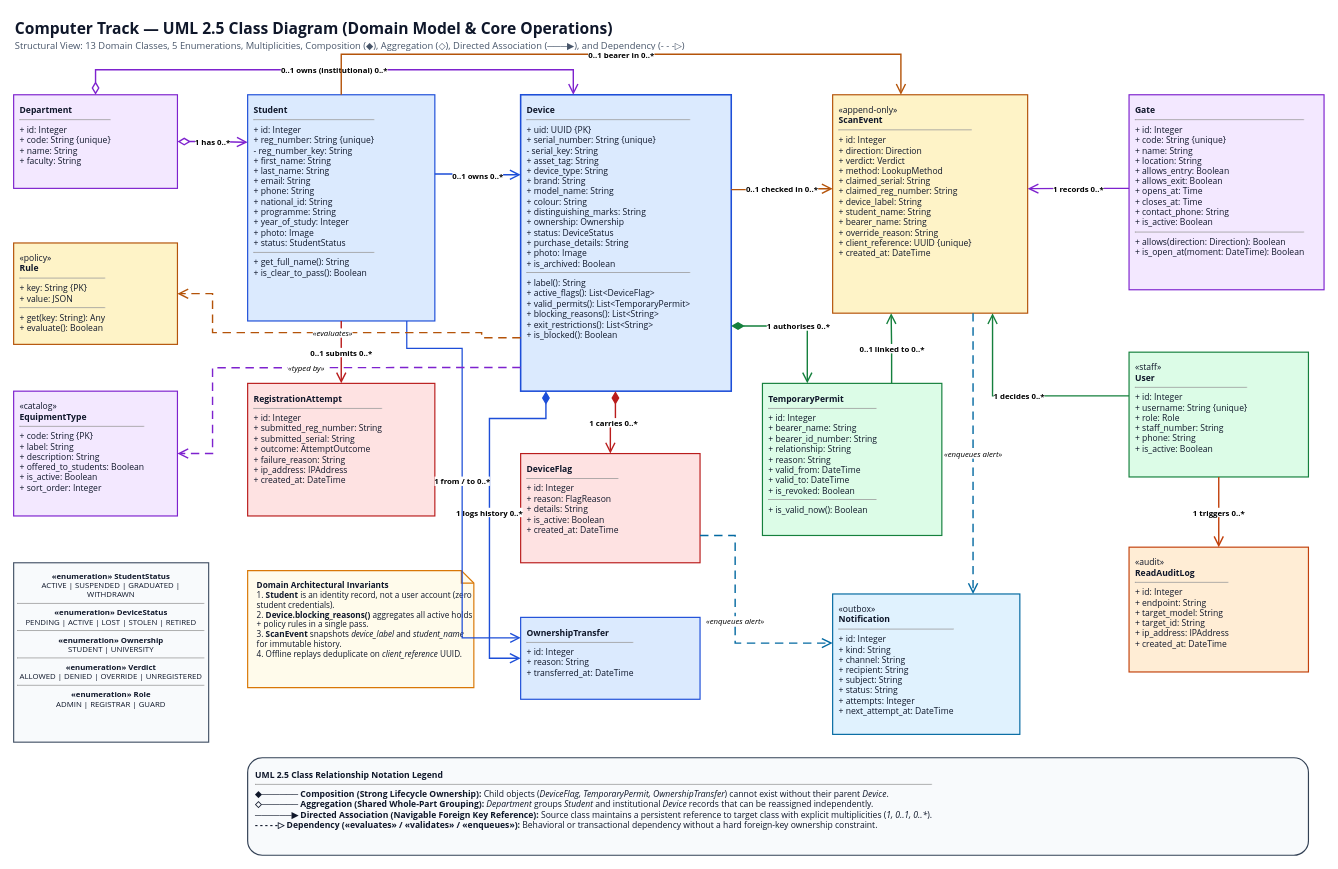
Before: research/diagrams/class-diagram.drawio in mndekwe-dot/Computer_Track, a draw.io diagram. Source tidied: cells renumbered, new cells numbered last; positions are measured from the earlier drawing's top-left corner, leaving out a move shared by most shapes. Both pictures are drawn from the tidied source at 78%, with x=0, y=0 at pixel (13, 13).
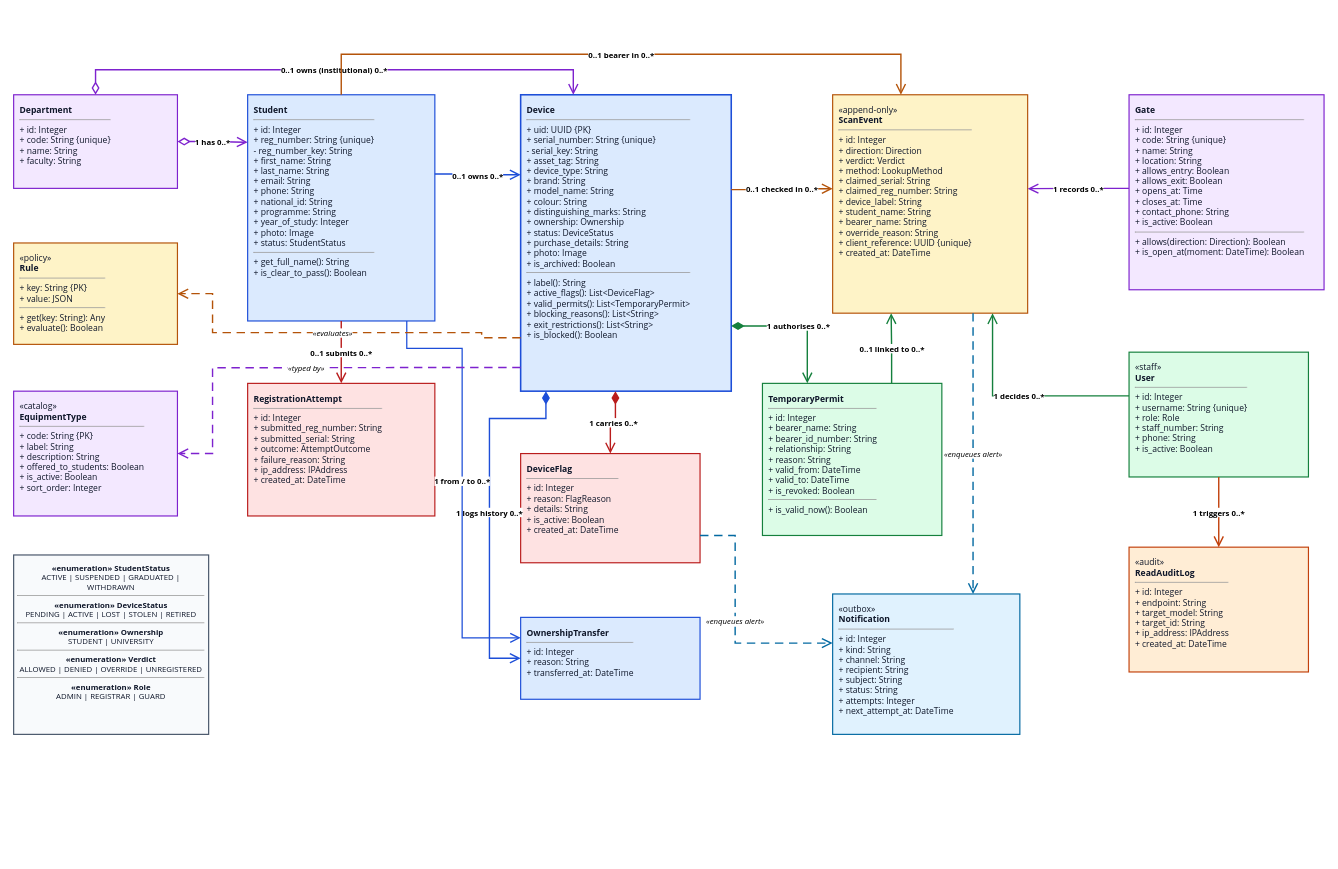
The same page after the edit.

Diff of the diagram source:
```diff
@@
-    <mxCell id="2" value="Computer Track — UML 2.5 Class Diagram (Domain Model &amp; Core Operations)" style="text;html=1;fontFamily=Segoe UI;fontSize=20;fontStyle=1;fontColor=#0F172A;align=left;" parent="1" vertex="1">
-      <mxGeometry width="900" height="30" as="geometry" />
-    </mxCell>
-    <mxCell id="3" value="Structural View: 13 Domain Classes, 5 Enumerations, Multiplicities, Composition (◆), Aggregation (◇), Directed Association (───▶), and Dependency (- - -▷)" style="text;html=1;fontFamily=Segoe UI;fontSize=12;fontStyle=0;fontColor=#475569;align=left;" parent="1" vertex="1">
-      <mxGeometry y="28" width="1100" height="22" as="geometry" />
-    </mxCell>
@@
     <mxCell id="18" value="&lt;b&gt;&amp;laquo;enumeration&amp;raquo; StudentStatus&lt;/b&gt;&lt;br/&gt;ACTIVE | SUSPENDED | GRADUATED | WITHDRAWN&lt;hr size=&quot;1&quot;/&gt;&lt;b&gt;&amp;laquo;enumeration&amp;raquo; DeviceStatus&lt;/b&gt;&lt;br/&gt;PENDING | ACTIVE | LOST | STOLEN | RETIRED&lt;hr size=&quot;1&quot;/&gt;&lt;b&gt;&amp;laquo;enumeration&amp;raquo; Ownership&lt;/b&gt;&lt;br/&gt;STUDENT | UNIVERSITY&lt;hr size=&quot;1&quot;/&gt;&lt;b&gt;&amp;laquo;enumeration&amp;raquo; Verdict&lt;/b&gt;&lt;br/&gt;ALLOWED | DENIED | OVERRIDE | UNREGISTERED&lt;hr size=&quot;1&quot;/&gt;&lt;b&gt;&amp;laquo;enumeration&amp;raquo; Role&lt;/b&gt;&lt;br/&gt;ADMIN | REGISTRAR | GUARD" style="rounded=0;whiteSpace=wrap;html=1;align=center;verticalAlign=top;spacing=6;fontFamily=Segoe UI;fontSize=10;fillColor=#F8FAFC;strokeColor=#475569;strokeWidth=1.5;fontColor=#0F172A;" parent="1" vertex="1">
-      <mxGeometry y="704" width="250" height="230" as="geometry" />
+      <mxGeometry y="694" width="250" height="230" as="geometry" />
     </mxCell>
-    <mxCell id="19" value="&lt;b&gt;Domain Architectural Invariants&lt;/b&gt;&lt;br/&gt;1. &lt;b&gt;Student&lt;/b&gt; is an identity record, not a user account (zero student credentials).&lt;br/&gt;2. &lt;b&gt;Device.blocking_reasons()&lt;/b&gt; aggregates all active holds + policy rules in a single pass.&lt;br/&gt;3. &lt;b&gt;ScanEvent&lt;/b&gt; snapshots &lt;i&gt;device_label&lt;/i&gt; and &lt;i&gt;student_name&lt;/i&gt; for immutable history.&lt;br/&gt;4. Offline replays deduplicate on &lt;i&gt;client_reference&lt;/i&gt; UUID." style="shape=note;whiteSpace=wrap;html=1;size=16;fillColor=#FFFBEB;strokeColor=#D97706;strokeWidth=1.5;align=left;verticalAlign=top;spacingLeft=10;spacingTop=6;fontFamily=Segoe UI;fontSize=10.5;fontColor=#0F172A;" parent="1" vertex="1">
-      <mxGeometry x="300" y="714" width="290" height="150" as="geometry" />
-    </mxCell>
-    <mxCell id="20" value="&lt;b&gt;UML 2.5 Class Relationship Notation Legend&lt;/b&gt;&lt;hr size=&quot;1&quot;/&gt;&lt;b&gt;◆──────&lt;/b&gt; &lt;b&gt;Composition (Strong Lifecycle Ownership):&lt;/b&gt; Child objects (&lt;i&gt;DeviceFlag, TemporaryPermit, OwnershipTransfer&lt;/i&gt;) cannot exist without their parent &lt;i&gt;Device&lt;/i&gt;.&lt;br/&gt;&lt;b&gt;◇──────&lt;/b&gt; &lt;b&gt;Aggregation (Shared Whole-Part Grouping):&lt;/b&gt; &lt;i&gt;Department&lt;/i&gt; groups &lt;i&gt;Student&lt;/i&gt; and institutional &lt;i&gt;Device&lt;/i&gt; records that can be reassigned independently.&lt;br/&gt;&lt;b&gt;──────▶&lt;/b&gt; &lt;b&gt;Directed Association (Navigable Foreign Key Reference):&lt;/b&gt; Source class maintains a persistent reference to target class with explicit multiplicities (&lt;i&gt;1, 0..1, 0..*&lt;/i&gt;).&lt;br/&gt;&lt;b&gt;- - - - -▷&lt;/b&gt; &lt;b&gt;Dependency (&amp;laquo;evaluates&amp;raquo; / &amp;laquo;validates&amp;raquo; / &amp;laquo;enqueues&amp;raquo;):&lt;/b&gt; Behavioral or transactional dependency without a hard foreign-key ownership constraint." style="rounded=1;whiteSpace=wrap;html=1;align=left;verticalAlign=top;spacing=10;fontFamily=Segoe UI;fontSize=11;fillColor=#F8FAFC;strokeColor=#334155;strokeWidth=1.5;fontColor=#0F172A;" parent="1" vertex="1">
-      <mxGeometry x="300" y="954" width="1360" height="125" as="geometry" />
-    </mxCell>
```
